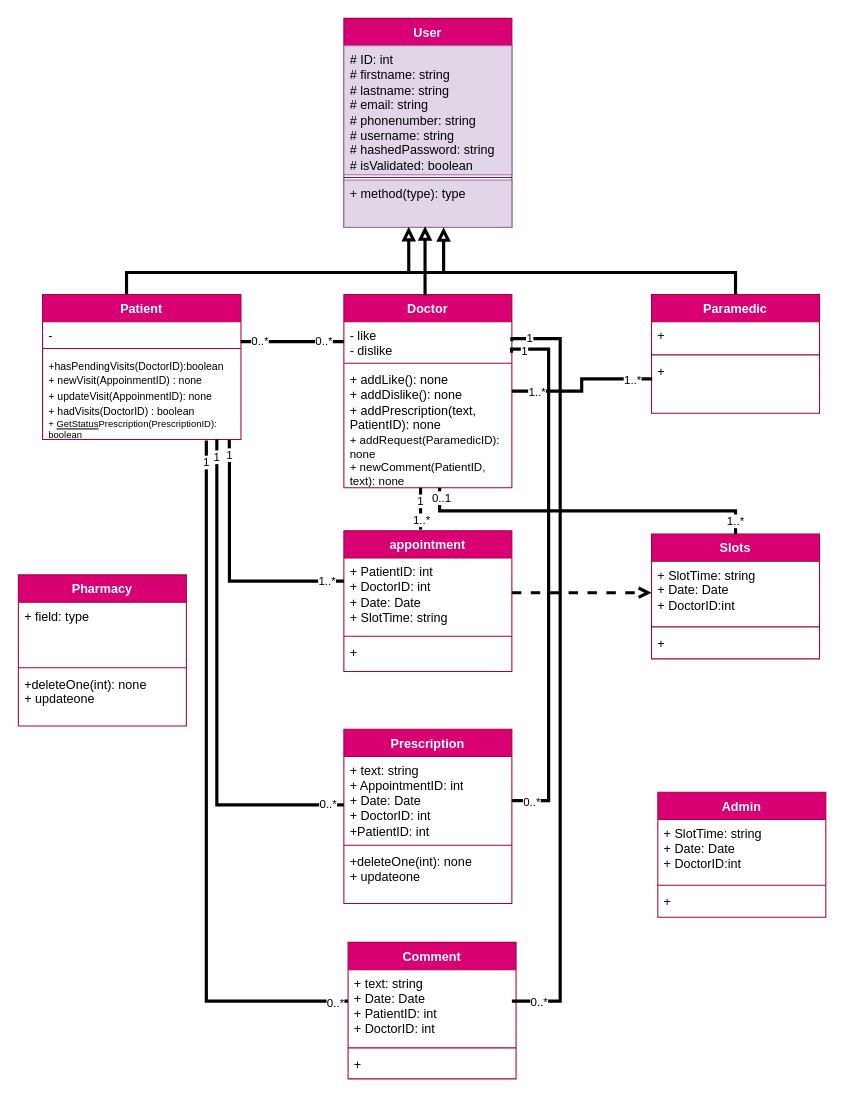
This is Class Digram & CRC cards/Class Diagram.drawio from Matinrezaei/Software-Lab, a draw.io file, before an edit. Source tidied: cells renumbered, new cells numbered last; positions are measured from the earlier drawing's top-left corner, leaving out a move shared by most shapes. Both pictures are drawn from the tidied source at 105%, with x=0, y=0 at pixel (18, 18).
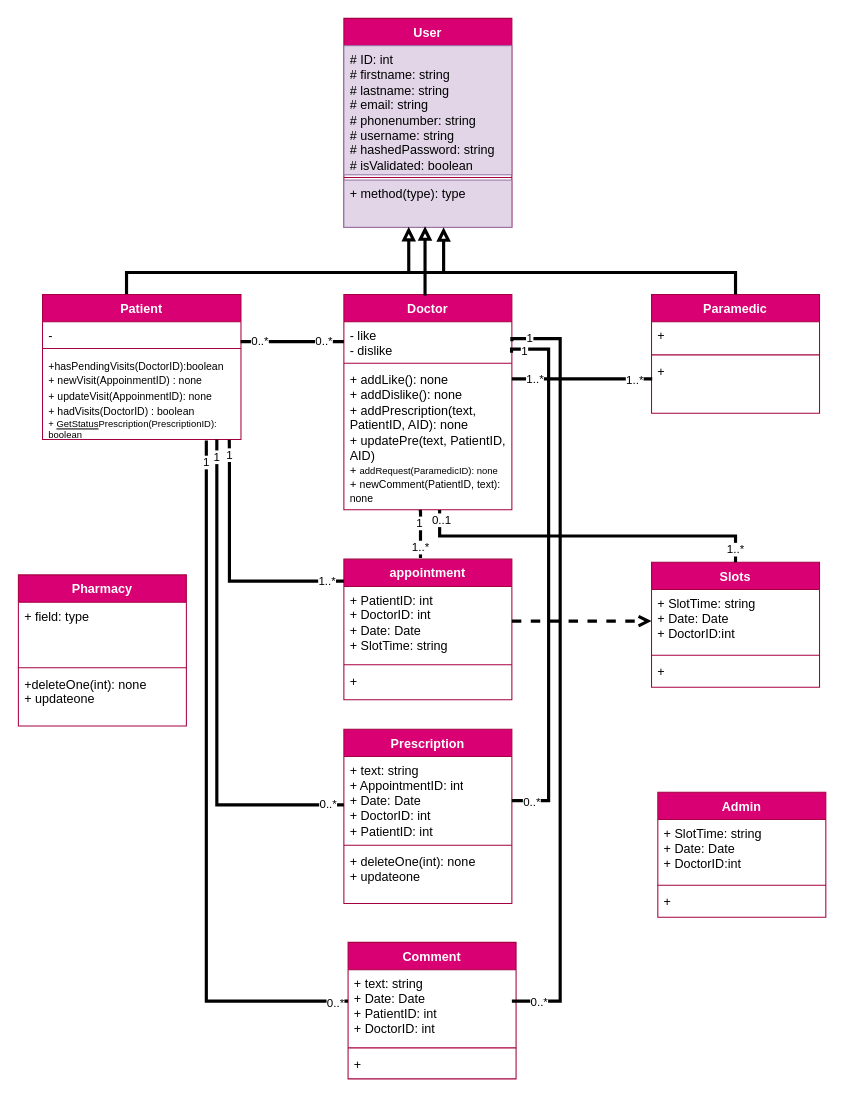
Above is the later version.

Unchanged cells that the change refers to:
```xml
<mxCell id="14" value="+ " style="text;strokeColor=none;fillColor=none;align=left;verticalAlign=top;spacingLeft=4;spacingRight=4;overflow=hidden;points=[[0,0.5],[1,0.5]];portConstraint=eastwest;whiteSpace=wrap;html=1;" parent="11" vertex="1">
  <mxGeometry y="60" width="160" height="53" as="geometry" />
</mxCell>
<mxCell id="20" value="&lt;div&gt;+ PatientID: int&lt;br&gt;&lt;/div&gt;&lt;div&gt;+ DoctorID: int&lt;br&gt;&lt;/div&gt;&lt;div&gt;+ Date: Date&lt;/div&gt;&lt;div&gt;+ SlotTime: string&lt;br&gt;&lt;/div&gt;" style="text;strokeColor=none;fillColor=none;align=left;verticalAlign=top;spacingLeft=4;spacingRight=4;overflow=hidden;points=[[0,0.5],[1,0.5]];portConstraint=eastwest;whiteSpace=wrap;html=1;" parent="19" vertex="1">
  <mxGeometry y="26" width="160" height="72" as="geometry" />
</mxCell>
<mxCell id="34" value="Prescription" style="swimlane;fontStyle=1;align=center;verticalAlign=top;horizontal=1;startSize=26;whiteSpace=wrap;html=1;fillColor=#d80073;fontColor=#ffffff;strokeColor=#A50040;" parent="1" vertex="1">
  <mxGeometry x="310" y="677" width="160" height="166" as="geometry" />
</mxCell>
<mxCell id="59" value="&lt;div&gt;+ SlotTime: string&lt;/div&gt;&lt;div&gt;+ Date: Date&lt;/div&gt;&lt;div&gt;+ DoctorID:int&lt;br&gt;&lt;/div&gt;" style="text;strokeColor=none;fillColor=none;align=left;verticalAlign=top;spacingLeft=4;spacingRight=4;overflow=hidden;points=[[0,0.5],[1,0.5]];portConstraint=eastwest;whiteSpace=wrap;html=1;" parent="58" vertex="1">
  <mxGeometry y="26" width="160" height="60" as="geometry" />
</mxCell>
```

Diff of the diagram source:
```diff
@@
     <mxCell id="15" value="Doctor" style="swimlane;fontStyle=1;align=center;verticalAlign=top;horizontal=1;startSize=26;whiteSpace=wrap;html=1;fillColor=#d80073;fontColor=#ffffff;strokeColor=#A50040;" parent="1" vertex="1">
-      <mxGeometry x="310" y="263" width="160" height="184" as="geometry" />
+      <mxGeometry x="310" y="263" width="160" height="205" as="geometry" />
     </mxCell>
@@
-    <mxCell id="18" value="&lt;div&gt;+ addLike(): none&lt;/div&gt;&lt;div&gt;+ addDislike(): none&lt;br&gt;&lt;/div&gt;&lt;div&gt;+ addPrescription(text, PatientID): none&lt;/div&gt;&lt;div style=&quot;font-size: 11px;&quot;&gt;+ addRequest(ParamedicID): none&lt;/div&gt;&lt;div style=&quot;font-size: 11px;&quot;&gt;+ newComment(PatientID, text): none&lt;br&gt;&lt;/div&gt;" style="text;strokeColor=none;fillColor=none;align=left;verticalAlign=top;spacingLeft=4;spacingRight=4;overflow=hidden;points=[[0,0.5],[1,0.5]];portConstraint=eastwest;whiteSpace=wrap;html=1;" parent="15" vertex="1">
-      <mxGeometry y="68" width="160" height="116" as="geometry" />
+    <mxCell id="18" value="&lt;div&gt;+ addLike(): none&lt;/div&gt;&lt;div&gt;+ addDislike(): none&lt;br&gt;&lt;/div&gt;&lt;div&gt;+ addPrescription(text, PatientID, AID): none&lt;/div&gt;&lt;div&gt;+ updatePre(text, PatientID, AID) &lt;br&gt;&lt;/div&gt;&lt;div style=&quot;font-size: 11px;&quot;&gt;&lt;font style=&quot;font-size: 11px;&quot;&gt;+ &lt;/font&gt;&lt;font style=&quot;font-size: 9px;&quot;&gt;addRequest(ParamedicID): none&lt;/font&gt;&lt;/div&gt;&lt;div style=&quot;font-size: 11px;&quot;&gt;&lt;font style=&quot;font-size: 11px;&quot;&gt;+ &lt;/font&gt;&lt;font style=&quot;font-size: 10px;&quot;&gt;newComment(PatientID, text): none&lt;/font&gt;&lt;br&gt;&lt;/div&gt;" style="text;strokeColor=none;fillColor=none;align=left;verticalAlign=top;spacingLeft=4;spacingRight=4;overflow=hidden;points=[[0,0.5],[1,0.5]];portConstraint=eastwest;whiteSpace=wrap;html=1;" parent="15" vertex="1">
+      <mxGeometry y="68" width="160" height="137" as="geometry" />
     </mxCell>
     <mxCell id="19" value="appointment" style="swimlane;fontStyle=1;align=center;verticalAlign=top;horizontal=1;startSize=26;whiteSpace=wrap;html=1;fillColor=#d80073;fontColor=#ffffff;strokeColor=#A50040;" parent="1" vertex="1">
-      <mxGeometry x="310" y="488" width="160" height="134" as="geometry" />
+      <mxGeometry x="310" y="515" width="160" height="134" as="geometry" />
     </mxCell>
@@
-    <mxCell id="28" style="edgeStyle=orthogonalEdgeStyle;rounded=0;jettySize=auto;html=1;strokeWidth=3;endArrow=none;endFill=0;exitX=0.456;exitY=-0.008;exitDx=0;exitDy=0;exitPerimeter=0;" parent="1" edge="1" source="19">
+    <mxCell id="28" style="edgeStyle=orthogonalEdgeStyle;rounded=0;jettySize=auto;html=1;strokeWidth=3;endArrow=none;endFill=0;exitX=0.456;exitY=-0.008;exitDx=0;exitDy=0;exitPerimeter=0;entryX=0.454;entryY=1;entryDx=0;entryDy=0;entryPerimeter=0;" parent="1" edge="1" source="19" target="18">
       <mxGeometry relative="1" as="geometry">
-        <mxPoint x="383" y="447" as="targetPoint" />
         <Array as="points">
-          <mxPoint x="383" y="447" />
-          <mxPoint x="383" y="447" />
+          <mxPoint x="383" y="470" />
+          <mxPoint x="383" y="470" />
         </Array>
       </mxGeometry>
     </mxCell>
@@
-    <mxCell id="35" value="&lt;div&gt;+ text: string&lt;/div&gt;&lt;div&gt;+ AppointmentID: int&lt;/div&gt;&lt;div&gt;+ Date: Date&lt;/div&gt;&lt;div&gt;+ DoctorID: int&lt;br&gt;&lt;/div&gt;+PatientID: int" style="text;strokeColor=none;fillColor=none;align=left;verticalAlign=top;spacingLeft=4;spacingRight=4;overflow=hidden;points=[[0,0.5],[1,0.5]];portConstraint=eastwest;whiteSpace=wrap;html=1;" parent="34" vertex="1">
+    <mxCell id="35" value="&lt;div&gt;+ text: string&lt;/div&gt;&lt;div&gt;+ AppointmentID: int&lt;/div&gt;&lt;div&gt;+ Date: Date&lt;/div&gt;&lt;div&gt;+ DoctorID: int&lt;br&gt;&lt;/div&gt;+ PatientID: int" style="text;strokeColor=none;fillColor=none;align=left;verticalAlign=top;spacingLeft=4;spacingRight=4;overflow=hidden;points=[[0,0.5],[1,0.5]];portConstraint=eastwest;whiteSpace=wrap;html=1;" parent="34" vertex="1">
       <mxGeometry y="26" width="160" height="82" as="geometry" />
     </mxCell>
@@
-    <mxCell id="37" value="&lt;div&gt;+deleteOne(int): none&lt;/div&gt;&lt;div&gt;+ updateone&lt;br&gt;&lt;/div&gt;" style="text;strokeColor=none;fillColor=none;align=left;verticalAlign=top;spacingLeft=4;spacingRight=4;overflow=hidden;whiteSpace=wrap;html=1;" parent="34" vertex="1">
+    <mxCell id="37" value="&lt;div&gt;+ deleteOne(int): none&lt;/div&gt;&lt;div&gt;+ updateone&lt;br&gt;&lt;/div&gt;" style="text;strokeColor=none;fillColor=none;align=left;verticalAlign=top;spacingLeft=4;spacingRight=4;overflow=hidden;whiteSpace=wrap;html=1;" parent="34" vertex="1">
       <mxGeometry y="113" width="160" height="53" as="geometry" />
     </mxCell>
@@
     <mxCell id="58" value="Slots" style="swimlane;fontStyle=1;align=center;verticalAlign=top;horizontal=1;startSize=26;whiteSpace=wrap;html=1;fillColor=#d80073;fontColor=#ffffff;strokeColor=#A50040;" parent="1" vertex="1">
-      <mxGeometry x="603" y="491" width="160" height="119" as="geometry" />
+      <mxGeometry x="603" y="518" width="160" height="119" as="geometry" />
     </mxCell>
@@
     <mxCell id="62" style="edgeStyle=orthogonalEdgeStyle;rounded=0;jettySize=auto;html=1;entryX=0;entryY=0.5;entryDx=0;entryDy=0;strokeWidth=3;endArrow=open;endFill=0;dashed=1;" parent="1" edge="1" source="20" target="59">
       <mxGeometry relative="1" as="geometry">
         <Array as="points">
-          <mxPoint x="497" y="547" />
-          <mxPoint x="497" y="547" />
+          <mxPoint x="497" y="574" />
+          <mxPoint x="497" y="574" />
         </Array>
       </mxGeometry>
     </mxCell>
@@
     <mxCell id="66" style="edgeStyle=orthogonalEdgeStyle;rounded=0;jettySize=auto;html=1;entryX=0.004;entryY=0.383;entryDx=0;entryDy=0;entryPerimeter=0;endArrow=none;endFill=0;strokeWidth=3;" parent="1" edge="1" source="15" target="14">
-      <mxGeometry relative="1" as="geometry" />
+      <mxGeometry relative="1" as="geometry">
+        <Array as="points">
+          <mxPoint x="537" y="343" />
+        </Array>
+      </mxGeometry>
     </mxCell>
```
